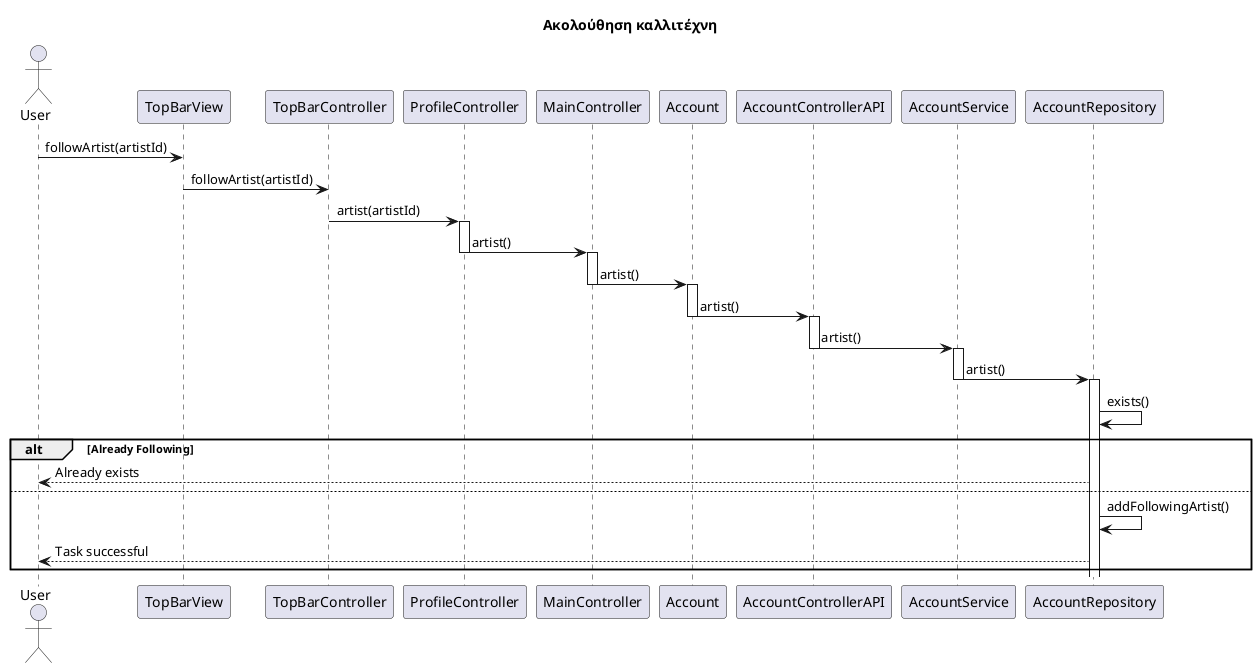
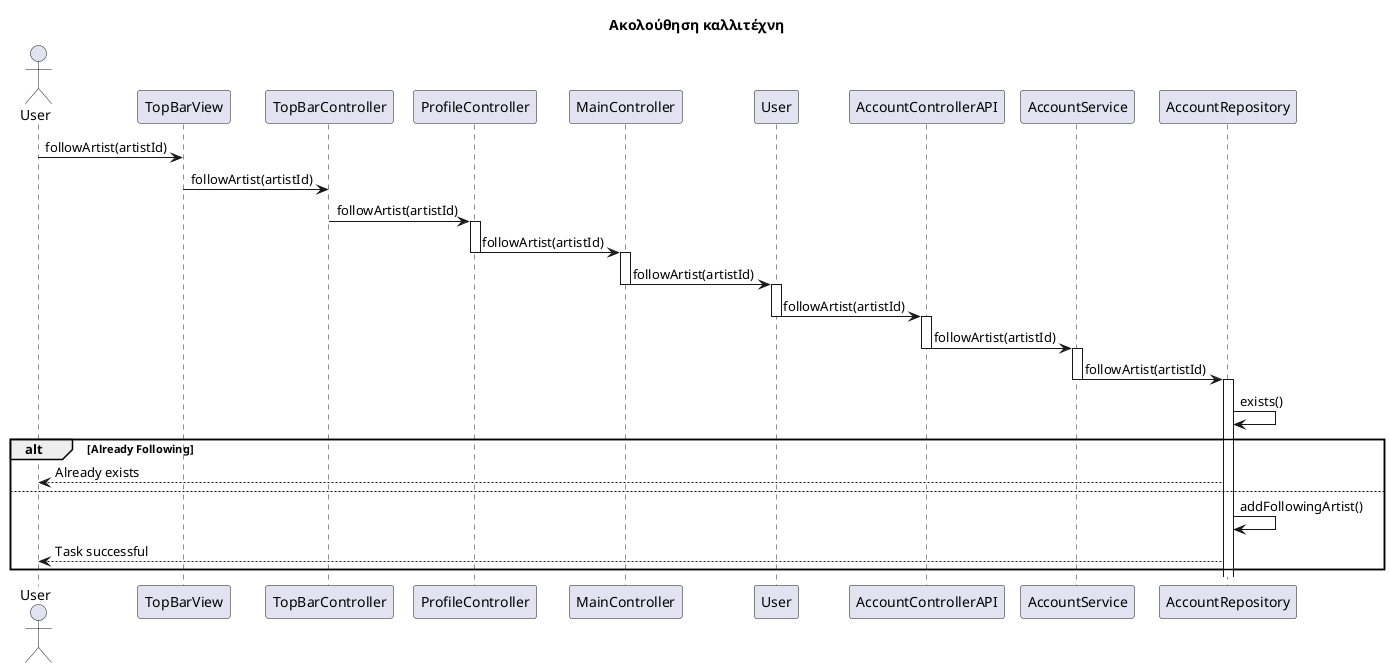
@startuml name

title Ακολούθηση καλλιτέχνη

'Υποθετουμε οτι εχουμε είδη βρει τον καλλιτέχνη που θέλουμε να ακολουθήσουμε

- actor User
+ actor User as u
participant TopBarView
participant TopBarController
participant ProfileController
participant MainController
- participant Account
+ participant User
participant AccountControllerAPI
participant AccountService
participant AccountRepository

- User -> TopBarView : followArtist(artistId)
+ u -> TopBarView : followArtist(artistId)
TopBarView -> TopBarController : followArtist(artistId)
- TopBarController -> ProfileController : artist(artistId)
+ TopBarController -> ProfileController : followArtist(artistId)
activate ProfileController
- ProfileController -> MainController : artist()
+ ProfileController -> MainController : followArtist(artistId)
deactivate ProfileController
activate MainController
- MainController -> Account : artist()
+ MainController -> User: followArtist(artistId)
deactivate MainController
- activate Account
- Account -> AccountControllerAPI : artist()
- deactivate Account
+ activate User
+ User-> AccountControllerAPI : followArtist(artistId)
+ deactivate User
activate AccountControllerAPI
- AccountControllerAPI -> AccountService : artist()
+ AccountControllerAPI -> AccountService : followArtist(artistId)
deactivate AccountControllerAPI
activate AccountService
- AccountService -> AccountRepository : artist()
+ AccountService -> AccountRepository : followArtist(artistId)
deactivate AccountService
activate AccountRepository
AccountRepository -> AccountRepository : exists()
alt Already Following
-     AccountRepository --> User : Already exists
+     AccountRepository --> u : Already exists
else
    AccountRepository -> AccountRepository : addFollowingArtist()
-     AccountRepository --> User : Task successful
+     AccountRepository --> u : Task successful
end
@enduml
